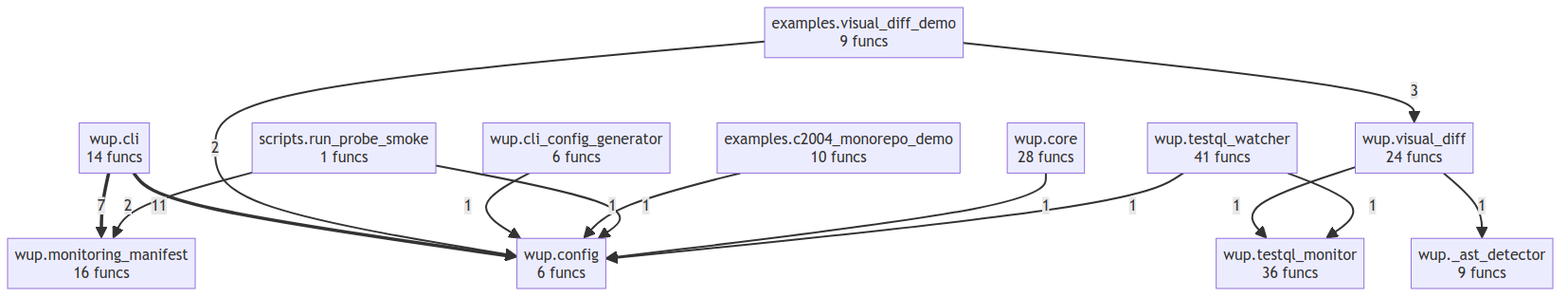
This is project/compact_flow.png from semcod/wup, a Mermaid export, as it was before one commit. Its source is kept beside it as project/compact_flow.mmd.
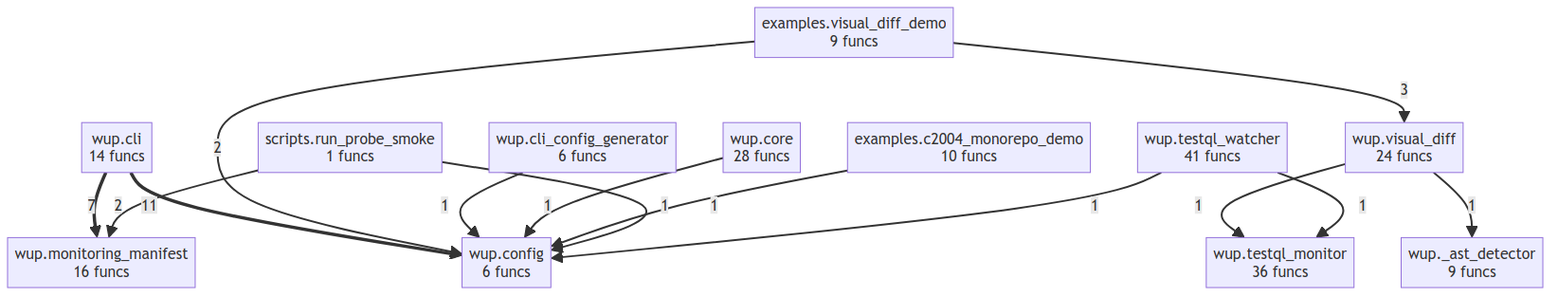
After the commit.

Diff of the diagram source:
```diff
@@ -17,10 +17,10 @@
     examples__visual_diff_demo -->|2| wup__config
     scripts__run_probe_smoke -->|2| wup__monitoring_manifest
     wup__cli_config_generator -->|1| wup__config
+    wup__core -->|1| wup__config
     wup__visual_diff -->|1| wup__testql_monitor
     wup__visual_diff -->|1| wup___ast_detector
     examples__c2004_monorepo_demo -->|1| wup__config
     scripts__run_probe_smoke -->|1| wup__config
-    wup__core -->|1| wup__config
     wup__testql_watcher -->|1| wup__config
     wup__testql_watcher -->|1| wup__testql_monitor
```
